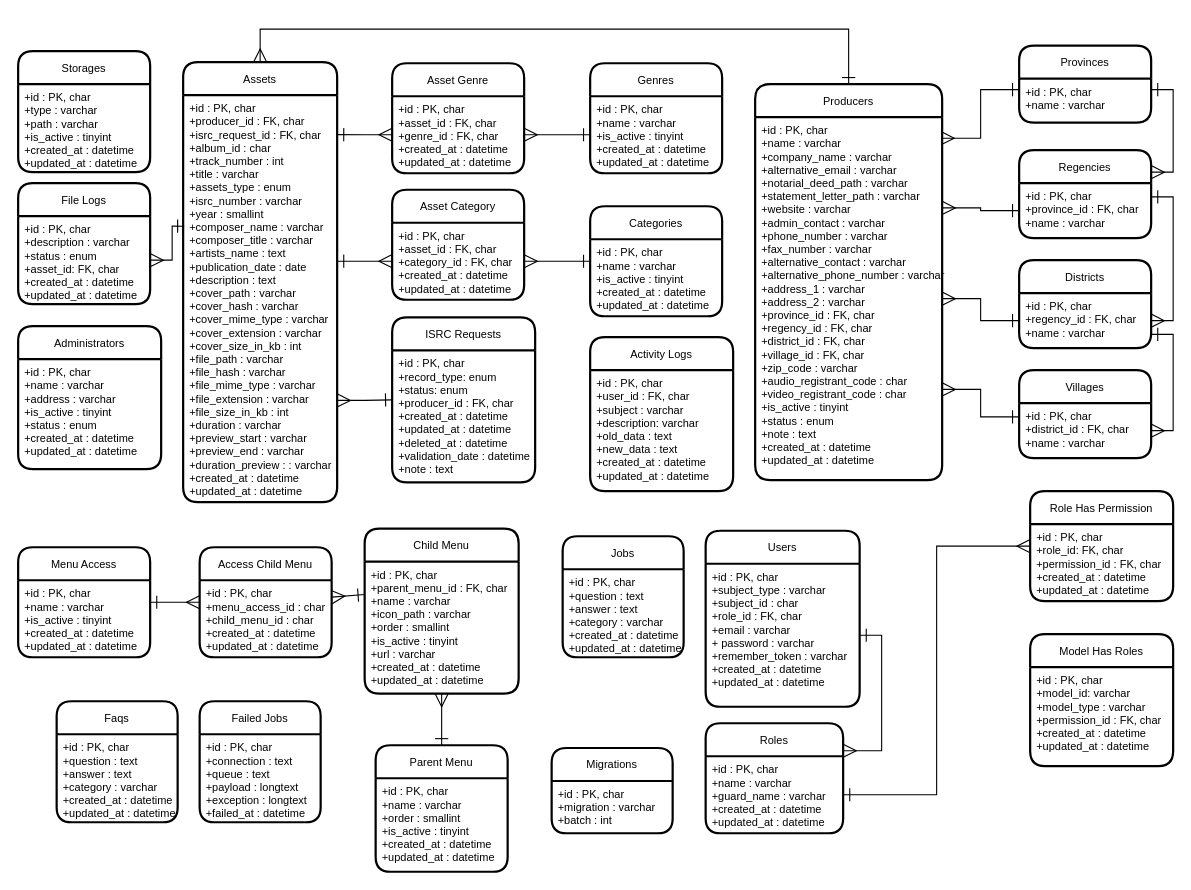
The draw.io diagram page "ERD 1" (1 of 5) of Kerjaan 2022/ERD.drawio in Mithaau/Kerjaan-2022, before the edit. Source tidied: cells renumbered, new cells numbered last; positions are measured from the earlier drawing's top-left corner, leaving out a move shared by most shapes. Both pictures are drawn from the tidied source at 110%, with x=0, y=0 at pixel (18, 29).
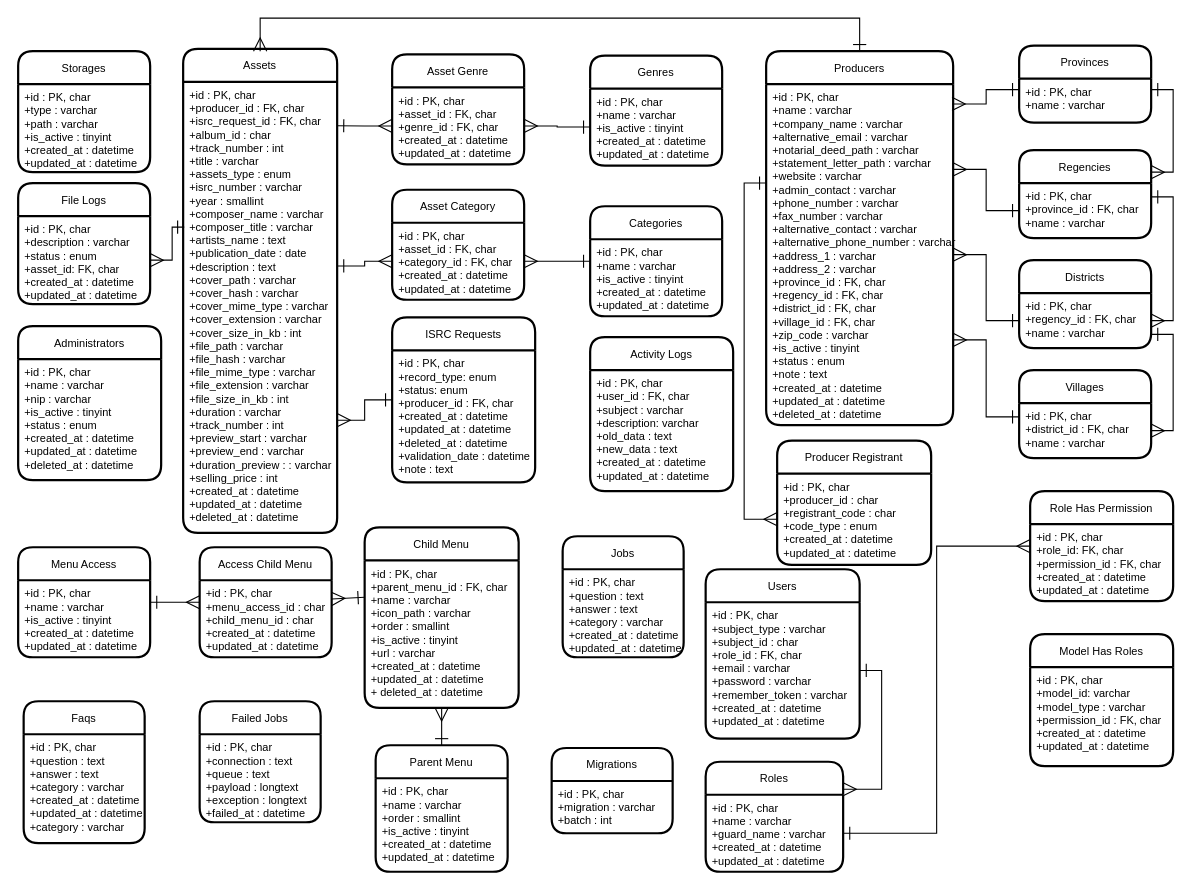
The same diagram, later.

What changed in the source:
```diff
@@
     <mxCell id="2" value="Assets" style="swimlane;horizontal=1;startSize=30;rounded=1;fontSize=10;fontStyle=0;strokeWidth=2;shadow=0;dashed=0;align=center;" parent="1" vertex="1">
-      <mxGeometry x="150" y="30" width="140" height="400" as="geometry" />
+      <mxGeometry x="150" y="18" width="140" height="440" as="geometry" />
     </mxCell>
-    <mxCell id="3" value="+id : PK, char&#10;+producer_id : FK, char&#10;+isrc_request_id : FK, char&#10;+album_id : char&#10;+track_number : int&#10;+title : varchar&#10;+assets_type : enum&#10;+isrc_number : varchar&#10;+year : smallint&#10;+composer_name : varchar&#10;+composer_title : varchar&#10;+artists_name : text&#10;+publication_date : date&#10;+description : text&#10;+cover_path : varchar&#10;+cover_hash : varchar &#10;+cover_mime_type : varchar&#10;+cover_extension : varchar&#10;+cover_size_in_kb : int&#10;+file_path : varchar&#10;+file_hash : varchar&#10;+file_mime_type : varchar&#10;+file_extension : varchar&#10;+file_size_in_kb : int&#10;+duration : varchar&#10;+preview_start : varchar&#10;+preview_end : varchar&#10;+duration_preview : : varchar&#10;+created_at : datetime&#10;+updated_at : datetime" style="align=left;strokeColor=none;fillColor=none;spacingLeft=4;fontSize=10;verticalAlign=top;" parent="2" vertex="1">
-      <mxGeometry y="30" width="140" height="370" as="geometry" />
+    <mxCell id="3" value="+id : PK, char&#10;+producer_id : FK, char&#10;+isrc_request_id : FK, char&#10;+album_id : char&#10;+track_number : int&#10;+title : varchar&#10;+assets_type : enum&#10;+isrc_number : varchar&#10;+year : smallint&#10;+composer_name : varchar&#10;+composer_title : varchar&#10;+artists_name : text&#10;+publication_date : date&#10;+description : text&#10;+cover_path : varchar&#10;+cover_hash : varchar &#10;+cover_mime_type : varchar&#10;+cover_extension : varchar&#10;+cover_size_in_kb : int&#10;+file_path : varchar&#10;+file_hash : varchar&#10;+file_mime_type : varchar&#10;+file_extension : varchar&#10;+file_size_in_kb : int&#10;+duration : varchar&#10;+track_number : int&#10;+preview_start : varchar&#10;+preview_end : varchar&#10;+duration_preview : : varchar&#10;+selling_price : int&#10;+created_at : datetime&#10;+updated_at : datetime&#10;+deleted_at : datetime" style="align=left;strokeColor=none;fillColor=none;spacingLeft=4;fontSize=10;verticalAlign=top;" parent="2" vertex="1">
+      <mxGeometry y="30" width="140" height="410" as="geometry" />
     </mxCell>
     <mxCell id="4" value="Asset Genre" style="swimlane;horizontal=1;startSize=30;rounded=1;fontSize=10;fontStyle=0;strokeWidth=2;shadow=0;dashed=0;align=center;" parent="1" vertex="1">
-      <mxGeometry x="340" y="31" width="120" height="100" as="geometry" />
+      <mxGeometry x="340" y="23" width="120" height="100" as="geometry" />
     </mxCell>
@@
     <mxCell id="8" value="Genres" style="swimlane;horizontal=1;startSize=30;rounded=1;fontSize=10;fontStyle=0;strokeWidth=2;shadow=0;dashed=0;align=center;" parent="1" vertex="1">
-      <mxGeometry x="520" y="31" width="120" height="100" as="geometry" />
+      <mxGeometry x="520" y="24" width="120" height="100" as="geometry" />
     </mxCell>
@@
     <mxCell id="12" value="Faqs" style="swimlane;horizontal=1;startSize=30;rounded=1;fontSize=10;fontStyle=0;strokeWidth=2;shadow=0;dashed=0;align=center;" parent="1" vertex="1">
-      <mxGeometry x="35" y="611" width="110" height="110" as="geometry" />
+      <mxGeometry x="5" y="611" width="110" height="129" as="geometry" />
     </mxCell>
-    <mxCell id="13" value="+id : PK, char&#10;+question : text&#10;+answer : text&#10;+category : varchar&#10;+created_at : datetime&#10;+updated_at : datetime" style="align=left;strokeColor=none;fillColor=none;spacingLeft=4;fontSize=10;verticalAlign=top;" parent="12" vertex="1">
-      <mxGeometry y="30" width="110" height="80" as="geometry" />
+    <mxCell id="13" value="+id : PK, char&#10;+question : text&#10;+answer : text&#10;+category : varchar&#10;+created_at : datetime&#10;+updated_at : datetime&#10;+category : varchar" style="align=left;strokeColor=none;fillColor=none;spacingLeft=4;fontSize=10;verticalAlign=top;" parent="12" vertex="1">
+      <mxGeometry y="30" width="110" height="99" as="geometry" />
     </mxCell>
@@
     <mxCell id="23" value="Administrators" style="swimlane;horizontal=1;startSize=30;rounded=1;fontSize=10;fontStyle=0;strokeWidth=2;shadow=0;dashed=0;align=center;" parent="1" vertex="1">
-      <mxGeometry y="270" width="130" height="130" as="geometry" />
+      <mxGeometry y="270" width="130" height="140" as="geometry" />
     </mxCell>
-    <mxCell id="24" value="+id : PK, char&#10;+name : varchar&#10;+address : varchar&#10;+is_active : tinyint&#10;+status : enum&#10;+created_at : datetime&#10;+updated_at : datetime" style="align=left;strokeColor=none;fillColor=none;spacingLeft=4;fontSize=10;verticalAlign=top;" parent="23" vertex="1">
-      <mxGeometry y="30" width="130" height="100" as="geometry" />
+    <mxCell id="24" value="+id : PK, char&#10;+name : varchar&#10;+nip : varchar&#10;+is_active : tinyint&#10;+status : enum&#10;+created_at : datetime&#10;+updated_at : datetime&#10;+deleted_at : datetime" style="align=left;strokeColor=none;fillColor=none;spacingLeft=4;fontSize=10;verticalAlign=top;" parent="23" vertex="1">
+      <mxGeometry y="30" width="130" height="110" as="geometry" />
     </mxCell>
     <mxCell id="25" value="Producers" style="swimlane;horizontal=1;startSize=30;rounded=1;fontSize=10;fontStyle=0;strokeWidth=2;shadow=0;dashed=0;align=center;" parent="1" vertex="1">
-      <mxGeometry x="670" y="50" width="170" height="360" as="geometry" />
+      <mxGeometry x="680" y="20" width="170" height="340" as="geometry" />
     </mxCell>
-    <mxCell id="26" value="+id : PK, char&#10;+name : varchar&#10;+company_name : varchar&#10;+alternative_email : varchar&#10;+notarial_deed_path : varchar&#10;+statement_letter_path : varchar&#10;+website : varchar&#10;+admin_contact : varchar&#10;+phone_number : varchar&#10;+fax_number : varchar&#10;+alternative_contact : varchar&#10;+alternative_phone_number : varchar&#10;+address_1 : varchar&#10;+address_2 : varchar&#10;+province_id : FK, char&#10;+regency_id : FK, char&#10;+district_id : FK, char&#10;+village_id : FK, char&#10;+zip_code : varchar&#10;+audio_registrant_code : char&#10;+video_registrant_code : char&#10;+is_active : tinyint&#10;+status : enum&#10;+note : text&#10;+created_at : datetime&#10;+updated_at : datetime" style="align=left;strokeColor=none;fillColor=none;spacingLeft=4;fontSize=10;verticalAlign=top;" parent="25" vertex="1">
-      <mxGeometry y="30" width="170" height="330" as="geometry" />
+    <mxCell id="26" value="+id : PK, char&#10;+name : varchar&#10;+company_name : varchar&#10;+alternative_email : varchar&#10;+notarial_deed_path : varchar&#10;+statement_letter_path : varchar&#10;+website : varchar&#10;+admin_contact : varchar&#10;+phone_number : varchar&#10;+fax_number : varchar&#10;+alternative_contact : varchar&#10;+alternative_phone_number : varchar&#10;+address_1 : varchar&#10;+address_2 : varchar&#10;+province_id : FK, char&#10;+regency_id : FK, char&#10;+district_id : FK, char&#10;+village_id : FK, char&#10;+zip_code : varchar&#10;+is_active : tinyint&#10;+status : enum&#10;+note : text&#10;+created_at : datetime&#10;+updated_at : datetime&#10;+deleted_at : datetime" style="align=left;strokeColor=none;fillColor=none;spacingLeft=4;fontSize=10;verticalAlign=top;" parent="25" vertex="1">
+      <mxGeometry y="30" width="170" height="310" as="geometry" />
     </mxCell>
@@
     <mxCell id="32" value="Child Menu" style="swimlane;horizontal=1;startSize=30;rounded=1;fontSize=10;fontStyle=0;strokeWidth=2;shadow=0;dashed=0;align=center;" parent="1" vertex="1">
-      <mxGeometry x="315" y="454" width="140" height="150" as="geometry" />
+      <mxGeometry x="315" y="453" width="140" height="164" as="geometry" />
     </mxCell>
-    <mxCell id="33" value="+id : PK, char&#10;+parent_menu_id : FK, char&#10;+name : varchar&#10;+icon_path : varchar&#10;+order : smallint&#10;+is_active : tinyint&#10;+url : varchar&#10;+created_at : datetime&#10;+updated_at : datetime" style="align=left;strokeColor=none;fillColor=none;spacingLeft=4;fontSize=10;verticalAlign=top;" parent="32" vertex="1">
-      <mxGeometry y="30" width="140" height="120" as="geometry" />
+    <mxCell id="33" value="+id : PK, char&#10;+parent_menu_id : FK, char&#10;+name : varchar&#10;+icon_path : varchar&#10;+order : smallint&#10;+is_active : tinyint&#10;+url : varchar&#10;+created_at : datetime&#10;+updated_at : datetime&#10;+ deleted_at : datetime" style="align=left;strokeColor=none;fillColor=none;spacingLeft=4;fontSize=10;verticalAlign=top;" parent="32" vertex="1">
+      <mxGeometry y="30" width="140" height="134" as="geometry" />
     </mxCell>
@@
     <mxCell id="48" style="edgeStyle=orthogonalEdgeStyle;rounded=0;jettySize=auto;html=1;entryX=0.5;entryY=0;entryDx=0;entryDy=0;fontSize=10;startArrow=ERmany;startFill=0;endArrow=ERone;endFill=0;startSize=10;endSize=10;strokeWidth=1;" parent="1" edge="1" target="25">
       <mxGeometry relative="1" as="geometry">
-        <mxPoint x="220" y="30" as="sourcePoint" />
+        <mxPoint x="220" y="20" as="sourcePoint" />
         <Array as="points">
-          <mxPoint x="220" />
-          <mxPoint x="755" />
+          <mxPoint x="220" y="-10" />
+          <mxPoint x="765" y="-10" />
         </Array>
       </mxGeometry>
     </mxCell>
@@
     <mxCell id="57" value="Users" style="swimlane;horizontal=1;startSize=30;rounded=1;fontSize=10;fontStyle=0;strokeWidth=2;shadow=0;dashed=0;align=center;" parent="1" vertex="1">
-      <mxGeometry x="625" y="456" width="140" height="160" as="geometry" />
+      <mxGeometry x="625" y="491" width="140" height="154" as="geometry" />
     </mxCell>
-    <mxCell id="58" value="+id : PK, char&#10;+subject_type : varchar&#10;+subject_id : char&#10;+role_id : FK, char&#10;+email : varchar&#10;+ password : varchar&#10;+remember_token : varchar&#10;+created_at : datetime&#10;+updated_at : datetime" style="align=left;strokeColor=none;fillColor=none;spacingLeft=4;fontSize=10;verticalAlign=top;" parent="57" vertex="1">
-      <mxGeometry y="30" width="140" height="130" as="geometry" />
+    <mxCell id="58" value="+id : PK, char&#10;+subject_type : varchar&#10;+subject_id : char&#10;+role_id : FK, char&#10;+email : varchar&#10;+password : varchar&#10;+remember_token : varchar&#10;+created_at : datetime&#10;+updated_at : datetime" style="align=left;strokeColor=none;fillColor=none;spacingLeft=4;fontSize=10;verticalAlign=top;" parent="57" vertex="1">
+      <mxGeometry y="30" width="140" height="124" as="geometry" />
     </mxCell>
     <mxCell id="59" value="Roles" style="swimlane;horizontal=1;startSize=30;rounded=1;fontSize=10;fontStyle=0;strokeWidth=2;shadow=0;dashed=0;align=center;" parent="1" vertex="1">
-      <mxGeometry x="625" y="631" width="125" height="100" as="geometry" />
+      <mxGeometry x="625" y="666" width="125" height="100" as="geometry" />
     </mxCell>
@@
+    <mxCell id="76" style="edgeStyle=orthogonalEdgeStyle;rounded=0;jettySize=auto;html=1;entryX=0;entryY=0.29;entryDx=0;entryDy=0;entryPerimeter=0;endArrow=ERone;endFill=0;startArrow=ERmany;startFill=0;exitX=0;exitY=0.5;exitDx=0;exitDy=0;endSize=10;startSize=10;" parent="1" edge="1" source="78" target="26">
+      <mxGeometry relative="1" as="geometry">
+        <Array as="points">
+          <mxPoint x="660" y="446" />
+          <mxPoint x="660" y="140" />
+        </Array>
+      </mxGeometry>
+    </mxCell>
+    <mxCell id="77" value="Producer Registrant" style="swimlane;horizontal=1;startSize=30;rounded=1;fontSize=10;fontStyle=0;strokeWidth=2;shadow=0;dashed=0;align=center;" parent="1" vertex="1">
+      <mxGeometry x="690" y="374" width="140" height="113" as="geometry" />
+    </mxCell>
+    <mxCell id="78" value="+id : PK, char&#10;+producer_id : char&#10;+registrant_code : char&#10;+code_type : enum&#10;+created_at : datetime&#10;+updated_at : datetime" style="align=left;strokeColor=none;fillColor=none;spacingLeft=4;fontSize=10;verticalAlign=top;" parent="77" vertex="1">
+      <mxGeometry y="30" width="140" height="83" as="geometry" />
+    </mxCell>
```
